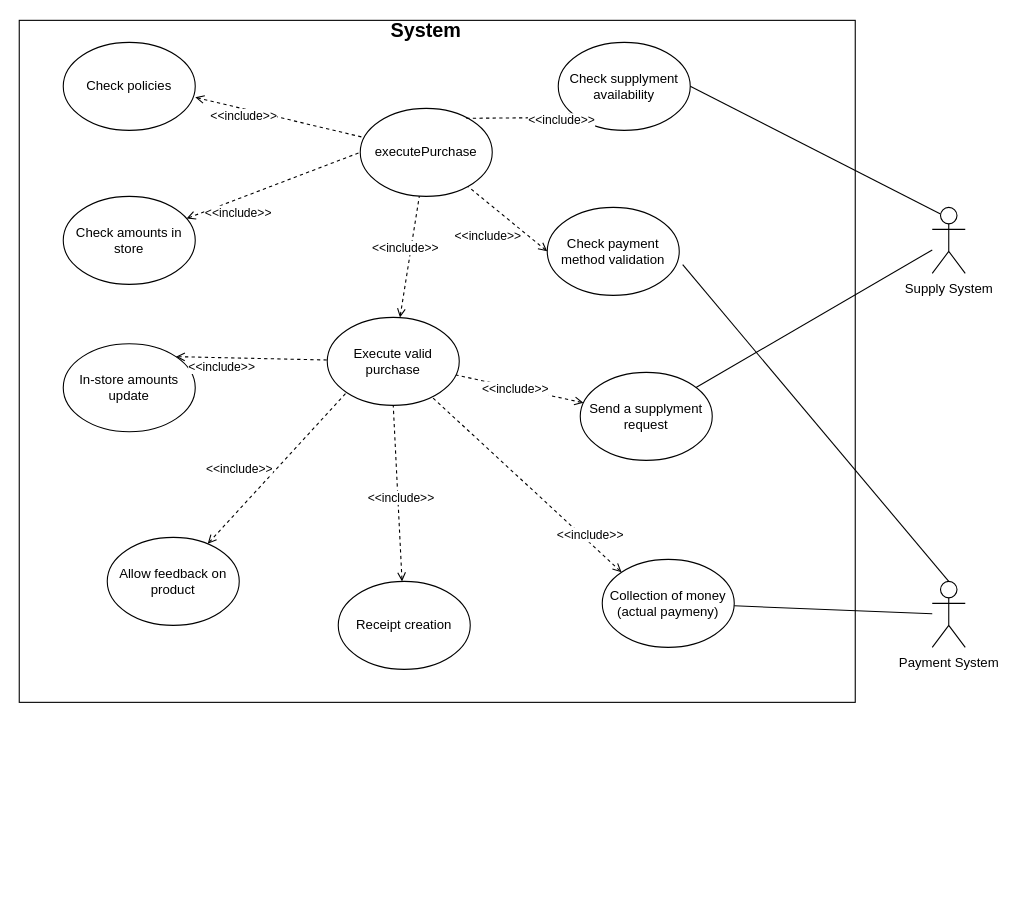
This is Use cases/executePurchase.drawio from LevyIfta/Team-19B-Project, a draw.io file, before an edit. Source tidied: cells renumbered, new cells numbered last; positions are measured from the earlier drawing's top-left corner, leaving out a move shared by most shapes. Both pictures are drawn from the tidied source at 110%, with x=0, y=0 at pixel (19, 20).
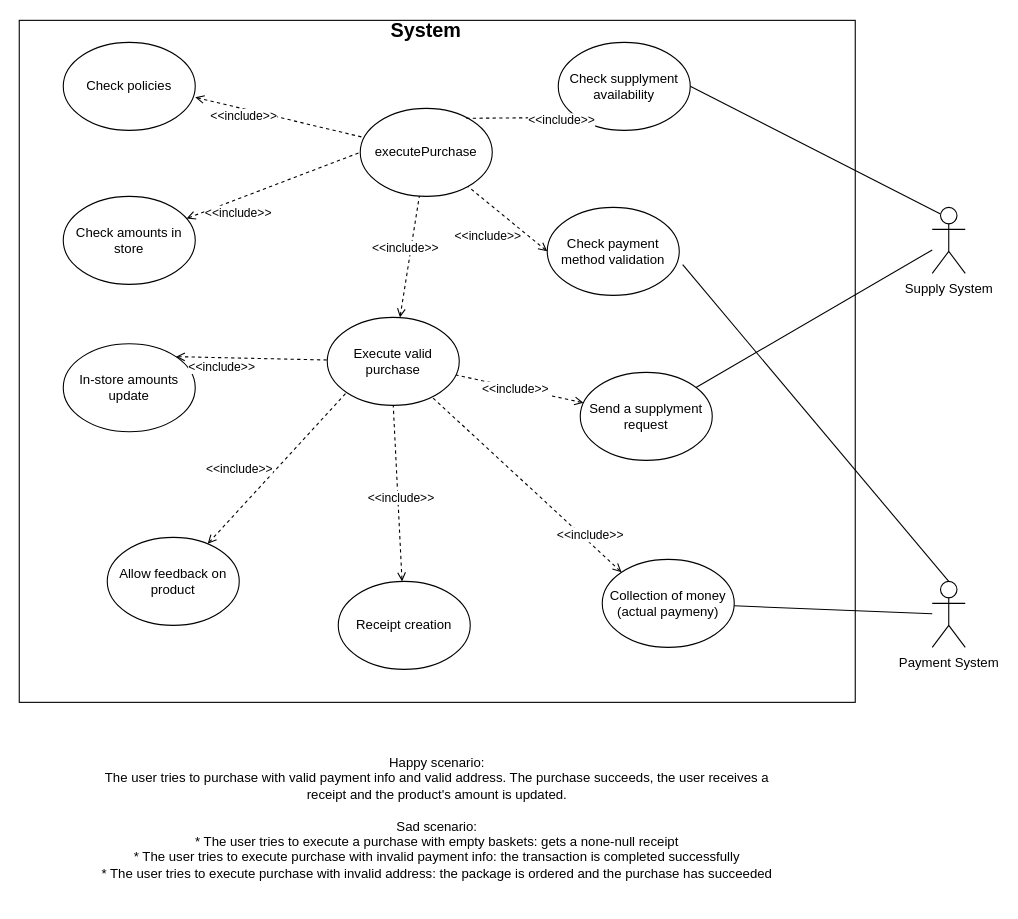
Above is the later version.

What changed in the source:
```diff
@@
+    <mxCell id="41" value="Happy scenario:&lt;br&gt;The user tries to purchase with valid payment info and valid address. The purchase succeeds, the user receives a receipt and the product's amount is updated.&lt;br&gt;&lt;br&gt;Sad scenario:&lt;br&gt;* The user tries to execute a purchase with empty baskets: gets a none-null receipt&lt;br&gt;* The user tries to execute purchase with invalid payment info: the transaction is completed successfully&lt;br&gt;* The user tries to execute purchase with invalid address: the package is ordered and the purchase has succeeded" style="text;html=1;strokeColor=none;fillColor=none;align=center;verticalAlign=middle;whiteSpace=wrap;rounded=0;" parent="1" vertex="1">
+      <mxGeometry x="70" y="650" width="620" height="150" as="geometry" />
+    </mxCell>
```
